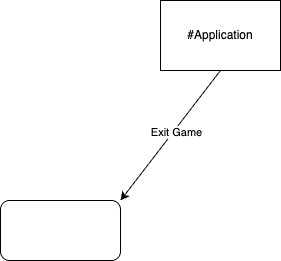
Jeremy-Perras/42_Game_Training keeps this draw.io diagram as Game.drawio.png. Above is the earlier version. Source tidied: cells renumbered, new cells last; positions are measured from the earlier drawing's top-left corner, leaving out a move shared by most shapes.
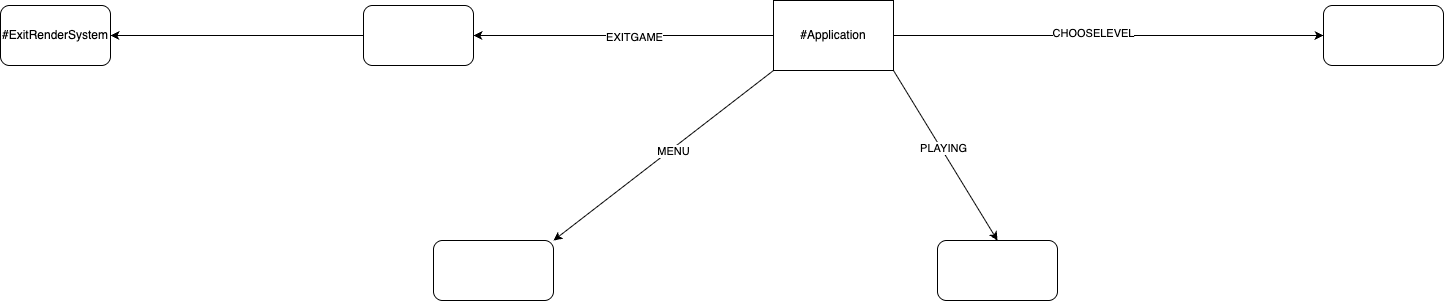
Above is the later version.

Change to the diagram source:
```diff
@@ -6,13 +6,48 @@
       <mxGeometry x="160" width="120" height="70" as="geometry" />
     </mxCell>
     <mxCell id="3" style="rounded=1;whiteSpace=wrap;html=1;" parent="1" vertex="1">
-      <mxGeometry y="200" width="120" height="60" as="geometry" />
+      <mxGeometry x="-180" y="240" width="120" height="60" as="geometry" />
     </mxCell>
-    <mxCell id="4" style="endArrow=classic;html=1;exitX=0.5;exitY=1;exitDx=0;exitDy=0;entryX=1;entryY=0;entryDx=0;entryDy=0;" parent="1" edge="1" source="2" target="3">
+    <mxCell id="4" style="endArrow=classic;html=1;exitX=1;exitY=1;exitDx=0;exitDy=0;entryX=0.5;entryY=0;entryDx=0;entryDy=0;" parent="1" edge="1" source="2" target="7">
       <mxGeometry relative="1" as="geometry" />
     </mxCell>
-    <mxCell id="5" value="Exit Game" style="edgeLabel;html=1;align=center;verticalAlign=middle;" parent="4" vertex="1">
+    <mxCell id="5" value="PLAYING" style="edgeLabel;html=1;align=center;verticalAlign=middle;" parent="4" vertex="1">
       <mxGeometry x="-0.07" y="2" relative="1" as="geometry" />
     </mxCell>
+    <mxCell id="6" style="rounded=1;whiteSpace=wrap;html=1;" parent="1" vertex="1">
+      <mxGeometry x="-250" y="5" width="110" height="60" as="geometry" />
+    </mxCell>
+    <mxCell id="7" style="rounded=1;whiteSpace=wrap;html=1;" parent="1" vertex="1">
+      <mxGeometry x="324" y="240" width="120" height="60" as="geometry" />
+    </mxCell>
+    <mxCell id="8" style="rounded=1;whiteSpace=wrap;html=1;" parent="1" vertex="1">
+      <mxGeometry x="710" y="5" width="120" height="60" as="geometry" />
+    </mxCell>
+    <mxCell id="9" style="endArrow=classic;html=1;entryX=1;entryY=0.5;entryDx=0;entryDy=0;" parent="1" edge="1" target="6">
+      <mxGeometry relative="1" as="geometry">
+        <mxPoint x="160" y="35" as="sourcePoint" />
+      </mxGeometry>
+    </mxCell>
+    <mxCell id="10" value="EXITGAME" style="edgeLabel;html=1;align=center;verticalAlign=middle;" parent="9" vertex="1">
+      <mxGeometry x="-0.07" y="2" relative="1" as="geometry" />
+    </mxCell>
+    <mxCell id="11" style="endArrow=classic;html=1;exitX=0;exitY=1;exitDx=0;exitDy=0;entryX=1;entryY=0;entryDx=0;entryDy=0;" parent="1" edge="1" source="2" target="3">
+      <mxGeometry relative="1" as="geometry" />
+    </mxCell>
+    <mxCell id="12" value="MENU" style="edgeLabel;html=1;align=center;verticalAlign=middle;" parent="11" vertex="1">
+      <mxGeometry x="-0.07" y="2" relative="1" as="geometry" />
+    </mxCell>
+    <mxCell id="13" style="endArrow=classic;html=1;exitX=1;exitY=0.5;exitDx=0;exitDy=0;entryX=0;entryY=0.5;entryDx=0;entryDy=0;" parent="1" edge="1" source="2" target="8">
+      <mxGeometry relative="1" as="geometry" />
+    </mxCell>
+    <mxCell id="14" value="CHOOSELEVEL" style="edgeLabel;html=1;align=center;verticalAlign=middle;" parent="13" vertex="1">
+      <mxGeometry x="-0.07" y="2" relative="1" as="geometry" />
+    </mxCell>
+    <mxCell id="15" style="endArrow=classic;html=1;entryX=1;entryY=0.5;entryDx=0;entryDy=0;exitX=0;exitY=0.5;exitDx=0;exitDy=0;" parent="1" edge="1" source="6" target="16">
+      <mxGeometry relative="1" as="geometry" />
+    </mxCell>
+    <mxCell id="16" value="#ExitRenderSystem" style="rounded=1;whiteSpace=wrap;html=1;" parent="1" vertex="1">
+      <mxGeometry x="-613" y="5" width="110" height="60" as="geometry" />
+    </mxCell>
   </root>
 </mxGraphModel>
```
